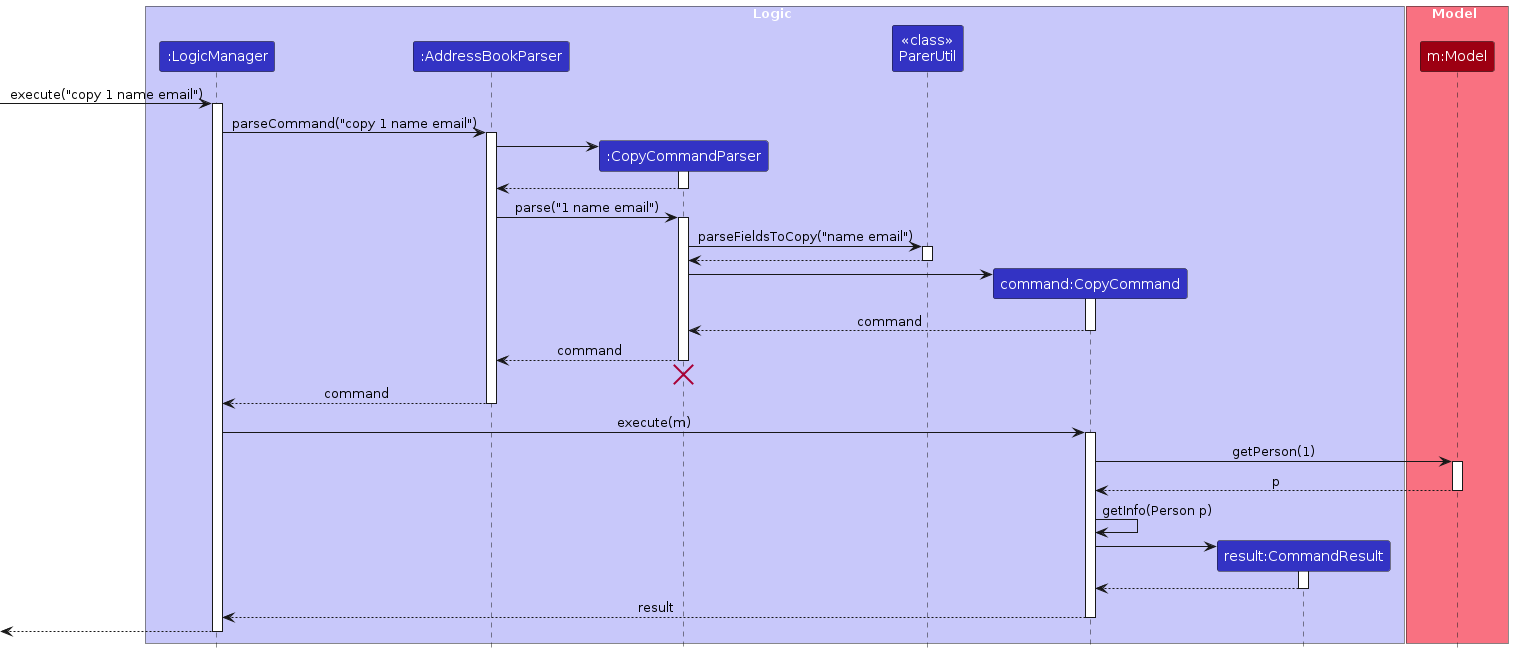
Earlier version of the PlantUML export diagrams/CopySequenceDiagram.png (smolegz/tp). Its source is kept beside it as diagrams/CopySequenceDiagram.puml.
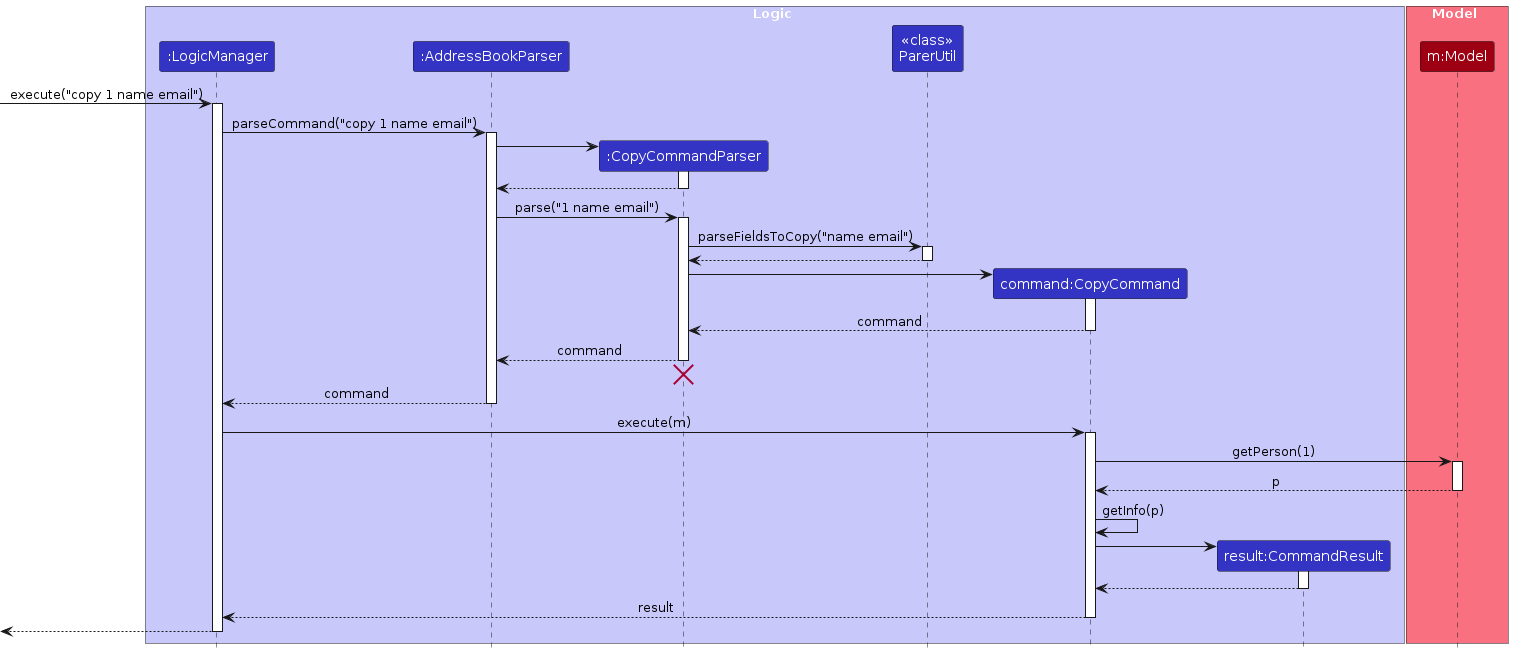
Later version of the same file.

What changed in the source:
```diff
@@ -62,7 +62,7 @@
 Model --> CopyCommand : p
 deactivate Model
 
-CopyCommand -> CopyCommand : getInfo(Person p)
+CopyCommand -> CopyCommand : getInfo(p)
 
 create CommandResult
 CopyCommand -> CommandResult
```
